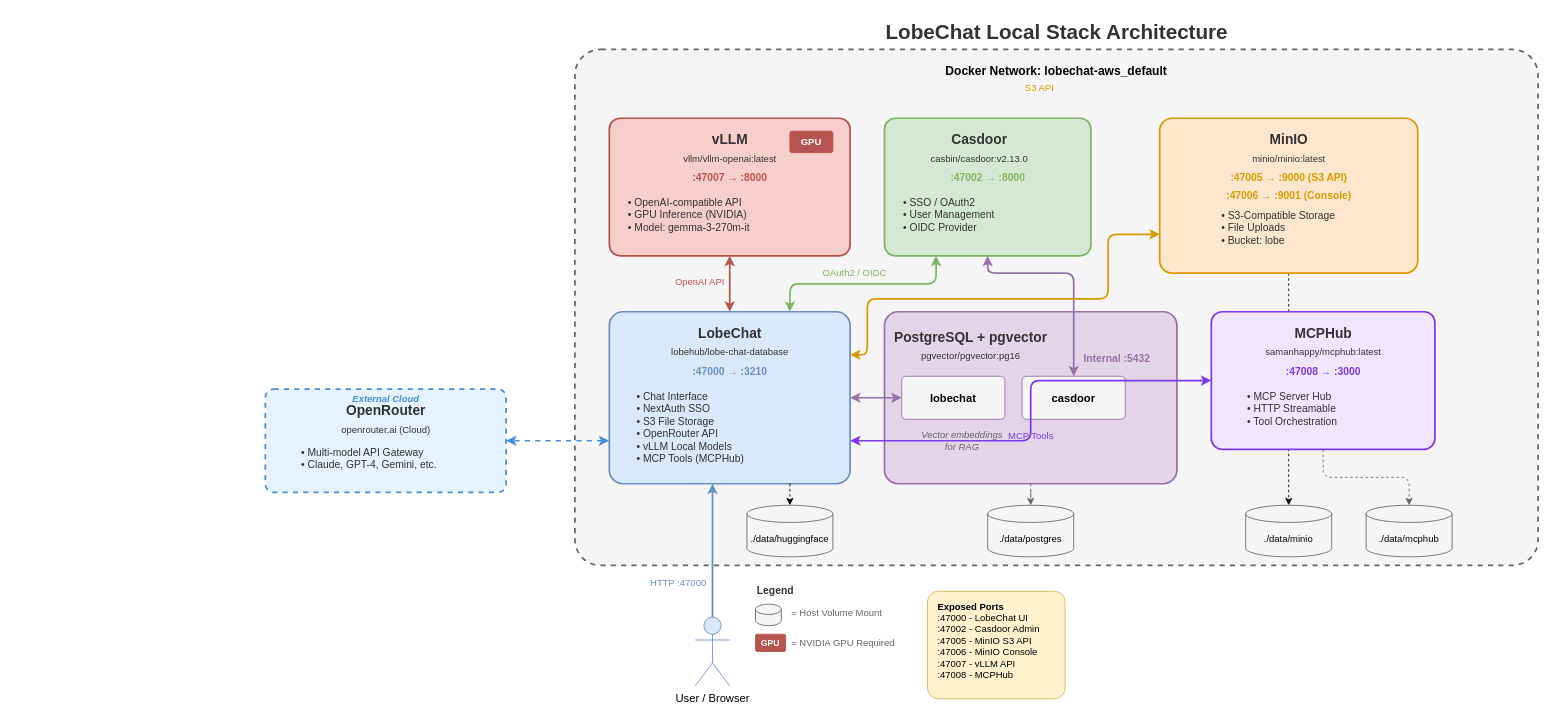
Earlier version of the draw.io diagram docs/architecture.drawio (maxjeux/lobechat-aws). Source tidied: cells renumbered, new cells numbered last; positions are measured from the earlier drawing's top-left corner, leaving out a move shared by most shapes. Both pictures are drawn from the tidied source at 86%, with x=0, y=0 at pixel (265, 15).
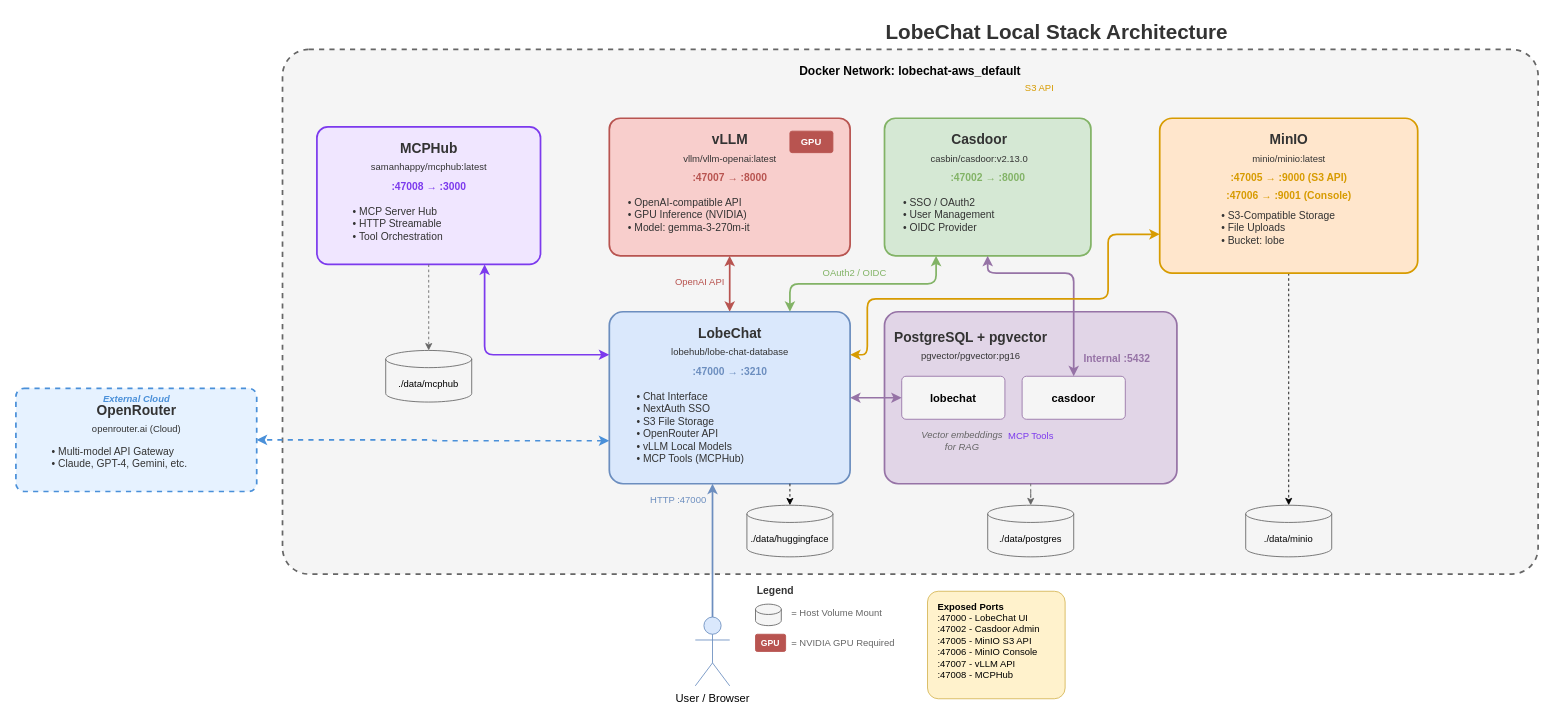
The same page after the edit.

Commit message:
docs: minor architecture diagram adjustments

Unchanged cells that the change refers to:
```xml
<mxCell id="45" style="rounded=1;arcSize=8;whiteSpace=wrap;html=1;fillColor=#dae8fc;strokeColor=#6c8ebf;strokeWidth=2;" parent="44" vertex="1">
  <mxGeometry width="280" height="200" as="geometry" />
</mxCell>
<mxCell id="64" style="rounded=1;arcSize=8;whiteSpace=wrap;html=1;fillColor=#f0e6ff;strokeColor=#7c3aed;strokeWidth=2;" parent="63" vertex="1">
  <mxGeometry width="260" height="160" as="geometry" />
</mxCell>
```

What changed in the source:
```diff
@@
     <mxCell id="3" value="Docker Network: lobechat-aws_default" style="rounded=1;arcSize=5;whiteSpace=wrap;html=1;fillColor=#f5f5f5;strokeColor=#666666;strokeWidth=2;dashed=1;verticalAlign=top;fontSize=14;fontStyle=1;spacingTop=10;" parent="1" vertex="1">
-      <mxGeometry x="360" y="40" width="1120" height="600" as="geometry" />
+      <mxGeometry x="20" y="40" width="1460" height="610" as="geometry" />
     </mxCell>
@@
     <mxCell id="20" value="HTTP :47000" style="text;html=1;align=center;verticalAlign=middle;fontSize=11;fontColor=#6c8ebf;" parent="1" vertex="1">
-      <mxGeometry x="440" y="650" width="80" height="20" as="geometry" />
+      <mxGeometry x="440" y="554" width="80" height="20" as="geometry" />
     </mxCell>
@@
     <mxCell id="49" style="group;" parent="1" vertex="1">
-      <mxGeometry y="435" width="280" height="120" as="geometry" />
+      <mxGeometry x="-290" y="434" width="280" height="120" as="geometry" />
     </mxCell>
@@
     <mxCell id="63" style="group;" parent="1" vertex="1">
-      <mxGeometry x="1100" y="345" width="260" height="160" as="geometry" />
+      <mxGeometry x="60" y="130" width="260" height="160" as="geometry" />
     </mxCell>
@@
-    <mxCell id="68" style="edgeStyle=orthogonalEdgeStyle;rounded=1;jettySize=auto;html=1;strokeWidth=2;strokeColor=#7c3aed;endArrow=classic;endFill=1;startArrow=classic;startFill=1;curved=0;exitX=1;exitY=0.75;exitDx=0;exitDy=0;entryX=0;entryY=0.5;entryDx=0;entryDy=0;" parent="1" edge="1" source="45" target="64">
+    <mxCell id="68" style="edgeStyle=orthogonalEdgeStyle;rounded=1;jettySize=auto;html=1;strokeWidth=2;strokeColor=#7c3aed;endArrow=classic;endFill=1;startArrow=classic;startFill=1;curved=0;exitX=0;exitY=0.25;exitDx=0;exitDy=0;entryX=0.75;entryY=1;entryDx=0;entryDy=0;" parent="1" edge="1" source="45" target="64">
       <mxGeometry relative="1" as="geometry" />
     </mxCell>
@@
     <mxCell id="70" value="./data/mcphub" style="shape=cylinder3;whiteSpace=wrap;html=1;boundedLbl=1;backgroundOutline=1;size=10;fillColor=#f5f5f5;strokeColor=#666666;fontSize=11;" parent="1" vertex="1">
-      <mxGeometry x="1280" y="570" width="100" height="60" as="geometry" />
+      <mxGeometry x="140" y="390" width="100" height="60" as="geometry" />
     </mxCell>
```
